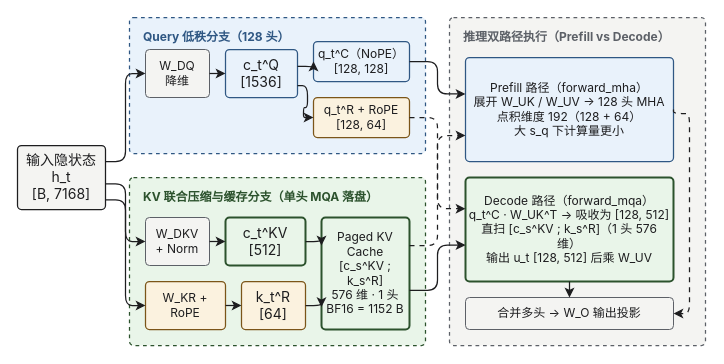
xingcanlee/infra-note keeps this draw.io diagram as src/content/posts/deepseek/01-mla/diagrams/01-mla-arch.drawio. Above is the earlier version. Source tidied: cells renumbered, new cells numbered last; positions are measured from the earlier drawing's top-left corner, leaving out a move shared by most shapes. Both pictures are drawn from the tidied source at 100%, with x=0, y=0 at pixel (17, 17).
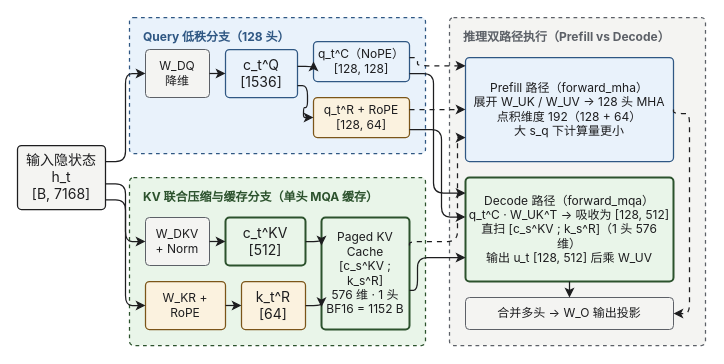
Above is the later version.

Unchanged cells that the change refers to:
```xml
<mxCell id="6" value="q_t^C（NoPE）&lt;br&gt;[128, 128]" style="rounded=1;absoluteArcSize=1;arcSize=8;whiteSpace=wrap;html=1;fillColor=#e9f2fb;strokeColor=#2f5783;strokeWidth=1.25;align=center;verticalAlign=middle;spacing=4;fontFamily=Inter;fontSize=12;fontColor=#1d1d1f;" parent="1" vertex="1">
  <mxGeometry x="296" y="24" width="96" height="40" as="geometry" />
</mxCell>
<mxCell id="7" value="q_t^R + RoPE&lt;br&gt;[128, 64]" style="rounded=1;absoluteArcSize=1;arcSize=8;whiteSpace=wrap;html=1;fillColor=#fbf2df;strokeColor=#7b5518;strokeWidth=1.25;align=center;verticalAlign=middle;spacing=4;fontFamily=Inter;fontSize=12;fontColor=#1d1d1f;" parent="1" vertex="1">
  <mxGeometry x="296" y="80" width="96" height="40" as="geometry" />
</mxCell>
<mxCell id="13" value="Paged KV Cache&lt;br&gt;[c_s^KV ; k_s^R]&lt;br&gt;576 维 · 1 头&lt;br&gt;BF16 = 1152 B" style="rounded=1;absoluteArcSize=1;arcSize=8;whiteSpace=wrap;html=1;fillColor=#e9f5e9;strokeColor=#2c522d;strokeWidth=2;align=center;verticalAlign=middle;spacing=4;fontFamily=Inter;fontSize=12;fontColor=#1d1d1f;" parent="1" vertex="1">
  <mxGeometry x="304" y="200" width="88" height="112" as="geometry" />
</mxCell>
<mxCell id="15" value="Prefill 路径（forward_mha）&lt;br&gt;展开 W_UK / W_UV → 128 头 MHA&lt;br&gt;点积维度 192（128 + 64）&lt;br&gt;大 s_q 下计算量更小" style="rounded=1;absoluteArcSize=1;arcSize=8;whiteSpace=wrap;html=1;fillColor=#e9f2fb;strokeColor=#2f5783;strokeWidth=1.25;align=center;verticalAlign=middle;spacing=4;fontFamily=Inter;fontSize=12;fontColor=#1d1d1f;" parent="1" vertex="1">
  <mxGeometry x="448" y="40" width="208" height="104" as="geometry" />
</mxCell>
<mxCell id="16" value="Decode 路径（forward_mqa）&lt;br&gt;q_t^C · W_UK^T → 吸收为 [128, 512]&lt;br&gt;直扫 [c_s^KV ; k_s^R]（1 头 576 维）&lt;br&gt;输出 u_t [128, 512] 后乘 W_UV" style="rounded=1;absoluteArcSize=1;arcSize=8;whiteSpace=wrap;html=1;fillColor=#e9f5e9;strokeColor=#2c522d;strokeWidth=2;align=center;verticalAlign=middle;spacing=4;fontFamily=Inter;fontSize=12;fontColor=#1d1d1f;" parent="1" vertex="1">
  <mxGeometry x="448" y="160" width="208" height="104" as="geometry" />
</mxCell>
```

Change to the diagram source:
```diff
@@
-    <mxCell id="8" value="KV 联合压缩与缓存分支（单头 MQA 落盘）" style="rounded=1;absoluteArcSize=1;arcSize=8;whiteSpace=wrap;html=1;fillColor=#e9f5e9;strokeColor=#2c522d;strokeWidth=1.25;dashed=1;verticalAlign=top;align=left;spacingLeft=12;spacingTop=6;fontFamily=Inter;fontSize=12;fontStyle=1;fontColor=#2c522d;" parent="1" vertex="1">
+    <mxCell id="8" value="KV 联合压缩与缓存分支（单头 MQA 缓存）" style="rounded=1;absoluteArcSize=1;arcSize=8;whiteSpace=wrap;html=1;fillColor=#e9f5e9;strokeColor=#2c522d;strokeWidth=1.25;dashed=1;verticalAlign=top;align=left;spacingLeft=12;spacingTop=6;fontFamily=Inter;fontSize=12;fontStyle=1;fontColor=#2c522d;" parent="1" vertex="1">
       <mxGeometry x="112" y="160" width="296" height="168" as="geometry" />
     </mxCell>
@@
-    <mxCell id="28" style="endArrow=classic;startArrow=none;html=1;strokeColor=#1d1d1f;strokeWidth=1.25;edgeStyle=orthogonalEdgeStyle;rounded=1;exitX=1;exitY=0.5;exitDx=0;exitDy=0;entryX=0;entryY=0.35;entryDx=0;entryDy=0;" parent="1" edge="1" source="6" target="15">
-      <mxGeometry relative="1" as="geometry" />
+    <mxCell id="28" style="endArrow=classic;startArrow=none;html=1;strokeColor=#1d1d1f;strokeWidth=1.25;edgeStyle=orthogonalEdgeStyle;rounded=1;dashed=1;dashPattern=4 4;exitX=1;exitY=0.4;exitDx=0;exitDy=0;entryX=0;entryY=0.08;entryDx=0;entryDy=0;" parent="1" edge="1" source="6" target="15">
+      <mxGeometry relative="1" as="geometry">
+        <Array as="points">
+          <mxPoint x="400" y="40" />
+          <mxPoint x="400" y="48" />
+        </Array>
+      </mxGeometry>
     </mxCell>
+    <mxCell id="34" style="endArrow=classic;startArrow=none;html=1;strokeColor=#1d1d1f;strokeWidth=1.25;edgeStyle=orthogonalEdgeStyle;rounded=1;exitX=1;exitY=0.8;exitDx=0;exitDy=0;entryX=0;entryY=0.15;entryDx=0;entryDy=0;" parent="1" edge="1" source="6" target="16">
+      <mxGeometry relative="1" as="geometry">
+        <Array as="points">
+          <mxPoint x="416" y="56" />
+          <mxPoint x="416" y="176" />
+        </Array>
+      </mxGeometry>
+    </mxCell>
+    <mxCell id="35" style="endArrow=classic;startArrow=none;html=1;strokeColor=#1d1d1f;strokeWidth=1.25;edgeStyle=orthogonalEdgeStyle;rounded=1;dashed=1;dashPattern=4 4;exitX=1;exitY=0.3;exitDx=0;exitDy=0;entryX=0;entryY=0.5;entryDx=0;entryDy=0;" parent="1" edge="1" source="7" target="15">
+      <mxGeometry relative="1" as="geometry" />
+    </mxCell>
-    <mxCell id="29" style="endArrow=classic;startArrow=none;html=1;strokeColor=#1d1d1f;strokeWidth=1.25;edgeStyle=orthogonalEdgeStyle;rounded=1;dashed=1;dashPattern=4 4;exitX=1;exitY=0.5;exitDx=0;exitDy=0;entryX=0;entryY=0.3;entryDx=0;entryDy=0;" parent="1" edge="1" source="7" target="16">
-      <mxGeometry relative="1" as="geometry" />
+    <mxCell id="29" style="endArrow=classic;startArrow=none;html=1;strokeColor=#1d1d1f;strokeWidth=1.25;edgeStyle=orthogonalEdgeStyle;rounded=1;exitX=1;exitY=0.8;exitDx=0;exitDy=0;entryX=0;entryY=0.38;entryDx=0;entryDy=0;" parent="1" edge="1" source="7" target="16">
+      <mxGeometry relative="1" as="geometry">
+        <Array as="points">
+          <mxPoint x="424" y="112" />
+          <mxPoint x="424" y="200" />
+        </Array>
+      </mxGeometry>
     </mxCell>
-    <mxCell id="30" style="endArrow=classic;startArrow=none;html=1;strokeColor=#1d1d1f;strokeWidth=1.25;edgeStyle=orthogonalEdgeStyle;rounded=1;dashed=1;dashPattern=4 4;exitX=1;exitY=0.25;exitDx=0;exitDy=0;entryX=0;entryY=0.75;entryDx=0;entryDy=0;" parent="1" edge="1" source="13" target="15">
-      <mxGeometry relative="1" as="geometry" />
+    <mxCell id="30" style="endArrow=classic;startArrow=none;html=1;strokeColor=#1d1d1f;strokeWidth=1.25;edgeStyle=orthogonalEdgeStyle;rounded=1;dashed=1;dashPattern=4 4;exitX=1;exitY=0.25;exitDx=0;exitDy=0;entryX=0;entryY=0.77;entryDx=0;entryDy=0;" parent="1" edge="1" source="13" target="15">
+      <mxGeometry relative="1" as="geometry">
+        <Array as="points">
+          <mxPoint x="440" y="224" />
+          <mxPoint x="440" y="120" />
+        </Array>
+      </mxGeometry>
     </mxCell>
-    <mxCell id="31" style="endArrow=classic;startArrow=none;html=1;strokeColor=#1d1d1f;strokeWidth=1.25;edgeStyle=orthogonalEdgeStyle;rounded=1;exitX=1;exitY=0.65;exitDx=0;exitDy=0;entryX=0;entryY=0.65;entryDx=0;entryDy=0;" parent="1" edge="1" source="13" target="16">
-      <mxGeometry relative="1" as="geometry" />
+    <mxCell id="31" style="endArrow=classic;startArrow=none;html=1;strokeColor=#1d1d1f;strokeWidth=1.25;edgeStyle=orthogonalEdgeStyle;rounded=1;exitX=1;exitY=0.65;exitDx=0;exitDy=0;entryX=0;entryY=0.77;entryDx=0;entryDy=0;" parent="1" edge="1" source="13" target="16">
+      <mxGeometry relative="1" as="geometry">
+        <Array as="points">
+          <mxPoint x="400" y="272" />
+          <mxPoint x="400" y="240" />
+        </Array>
+      </mxGeometry>
     </mxCell>
```
